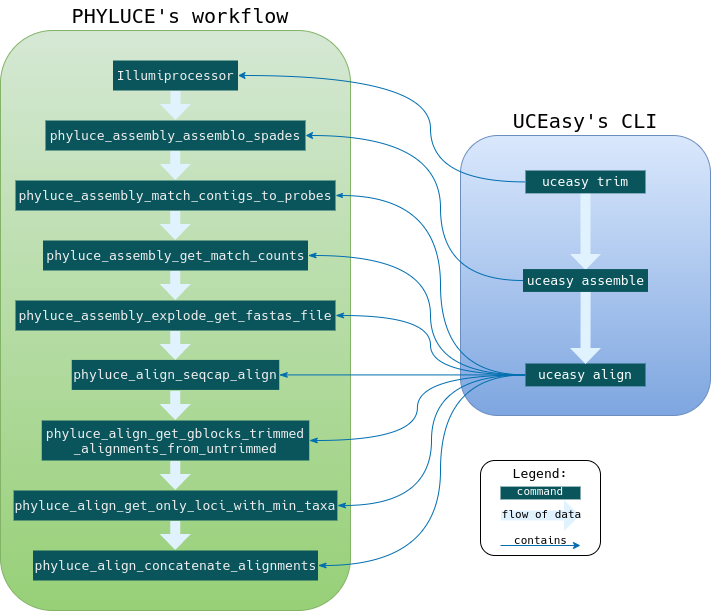
Earlier version of the draw.io export docs/img/phyluce-uceasy-comparison.png (uceasy/uceasy). Source tidied: cells renumbered, new cells last; positions are measured from the earlier drawing's top-left corner, leaving out a move shared by most shapes.
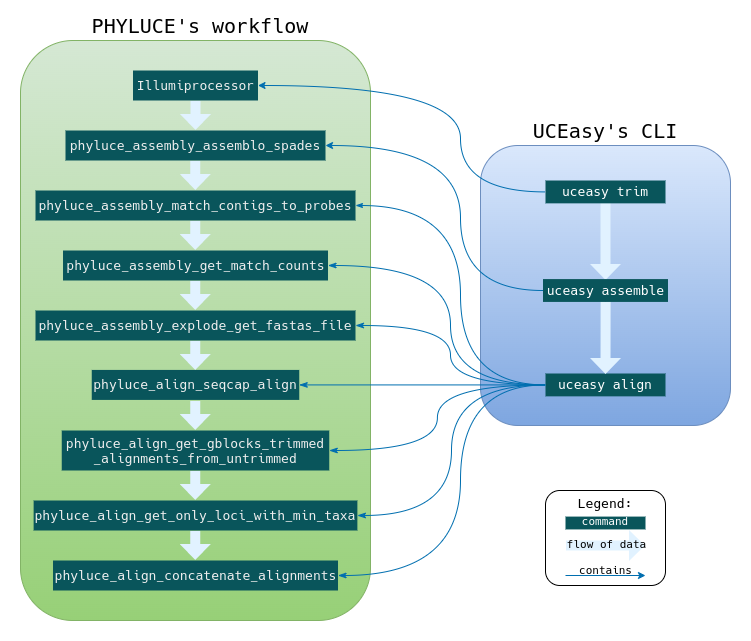
Later version of the same file.

The edit, as a diff of the source:
```diff
@@ -2,6 +2,9 @@
   <root>
     <mxCell id="0" />
     <mxCell id="1" parent="0" />
+    <mxCell id="48" style="rounded=0;whiteSpace=wrap;html=1;strokeColor=none;" parent="1" vertex="1">
+      <mxGeometry x="-20" y="-10" width="750" height="640" as="geometry" />
+    </mxCell>
     <mxCell id="2" style="rounded=1;whiteSpace=wrap;html=1;fillColor=#d5e8d4;strokeColor=#82b366;gradientColor=#97d077;fontFamily=Hack;fontSize=13;" parent="1" vertex="1">
       <mxGeometry y="30" width="350" height="580" as="geometry" />
     </mxCell>
@@ -153,8 +156,8 @@
     <mxCell id="38" style="edgeStyle=orthogonalEdgeStyle;curved=1;jettySize=auto;html=1;entryX=1;entryY=0.5;entryDx=0;entryDy=0;labelBackgroundColor=none;fontFamily=Hack;fontSize=13;startArrow=none;startFill=0;endArrow=classic;endFill=1;startSize=5;endSize=5;sourcePerimeterSpacing=0;targetPerimeterSpacing=0;strokeColor=#006EAF;fillColor=default;exitX=0;exitY=0.5;exitDx=0;exitDy=0;" parent="1" edge="1" source="29" target="3">
       <mxGeometry relative="1" as="geometry">
         <Array as="points">
-          <mxPoint x="430" y="181" />
-          <mxPoint x="430" y="75" />
+          <mxPoint x="440" y="181" />
+          <mxPoint x="440" y="75" />
         </Array>
       </mxGeometry>
     </mxCell>
@@ -167,7 +170,7 @@
       </mxGeometry>
     </mxCell>
     <mxCell id="40" style="group;fontSize=13;" parent="1" vertex="1">
-      <mxGeometry x="480" y="460" width="120" height="95" as="geometry" />
+      <mxGeometry x="525" y="480" width="120" height="95" as="geometry" />
     </mxCell>
     <mxCell id="41" style="rounded=1;whiteSpace=wrap;html=1;fontFamily=Hack;fontSize=13;" parent="40" vertex="1">
       <mxGeometry width="120" height="95" as="geometry" />
```
